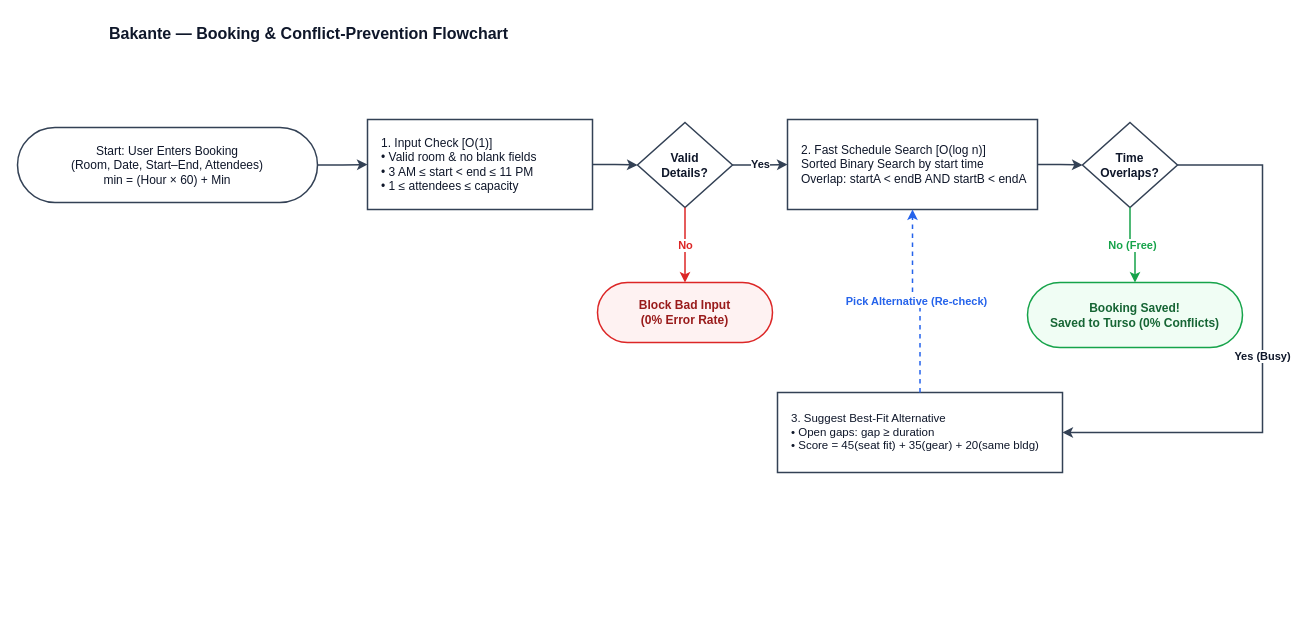
The draw.io diagram page "1. Booking & Conflict Flow" (1 of 3) of Bakante.drawio in jrrddev/Bakante, before the edit. Source tidied: cells renumbered, new cells numbered last; positions are measured from the earlier drawing's top-left corner, leaving out a move shared by most shapes. Both pictures are drawn from the tidied source at 100%, with x=0, y=0 at pixel (17, 17).
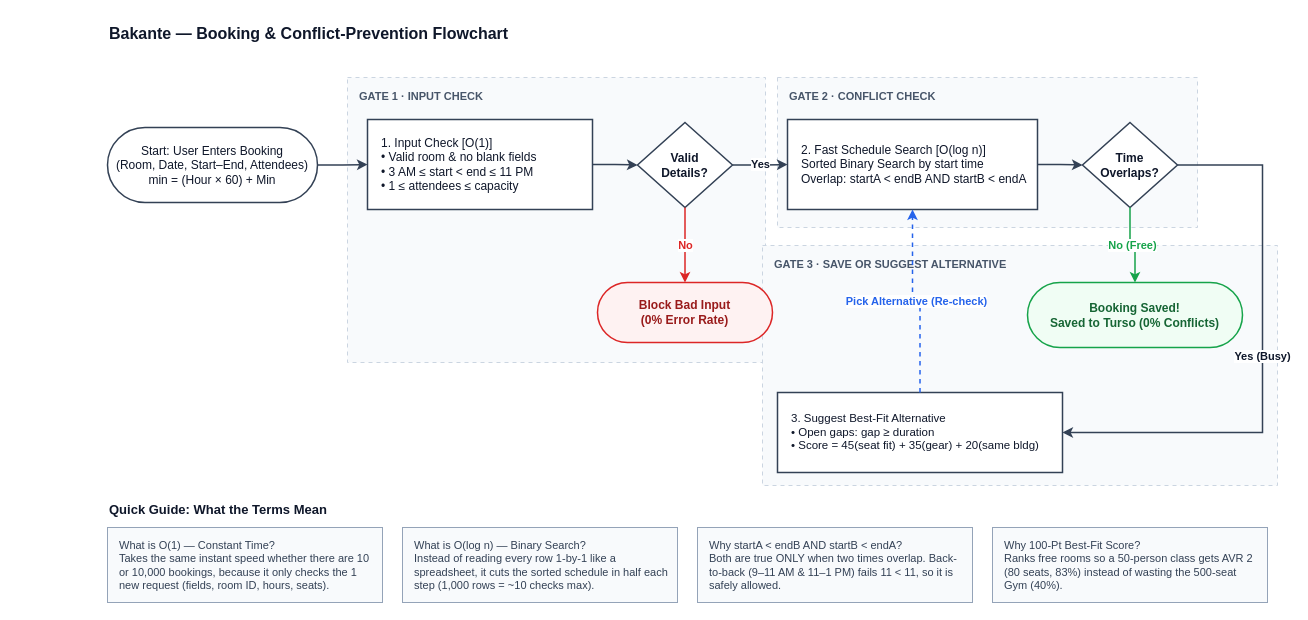
After the change.

Diff of the diagram source:
```diff
@@
+    <mxCell id="19" value="GATE 1 · INPUT CHECK" style="rounded=0;whiteSpace=wrap;html=1;verticalAlign=top;align=left;spacingLeft=10;spacingTop=6;fillColor=#f8fafc;strokeColor=#cbd5e1;dashed=1;dashPattern=4 4;fontColor=#475569;fontSize=11;fontStyle=1;" parent="1" vertex="1">
+      <mxGeometry x="330" y="60" width="418" height="285" as="geometry" />
+    </mxCell>
+    <mxCell id="20" value="GATE 2 · CONFLICT CHECK" style="rounded=0;whiteSpace=wrap;html=1;verticalAlign=top;align=left;spacingLeft=10;spacingTop=6;fillColor=#f8fafc;strokeColor=#cbd5e1;dashed=1;dashPattern=4 4;fontColor=#475569;fontSize=11;fontStyle=1;" parent="1" vertex="1">
+      <mxGeometry x="760" y="60" width="420" height="150" as="geometry" />
+    </mxCell>
+    <mxCell id="21" value="GATE 3 · SAVE OR SUGGEST ALTERNATIVE" style="rounded=0;whiteSpace=wrap;html=1;verticalAlign=top;align=left;spacingLeft=10;spacingTop=6;fillColor=#f8fafc;strokeColor=#cbd5e1;dashed=1;dashPattern=4 4;fontColor=#475569;fontSize=11;fontStyle=1;" parent="1" vertex="1">
+      <mxGeometry x="745" y="228" width="515" height="240" as="geometry" />
+    </mxCell>
     <mxCell id="3" value="Start: User Enters Booking&#10;(Room, Date, Start–End, Attendees)&#10;min = (Hour × 60) + Min" style="rounded=1;whiteSpace=wrap;html=1;arcSize=50;fillColor=#ffffff;strokeColor=#334155;strokeWidth=1.5;fontColor=#0f172a;fontSize=12;" parent="1" vertex="1">
-      <mxGeometry y="110" width="300" height="75" as="geometry" />
+      <mxGeometry x="90" y="110" width="210" height="75" as="geometry" />
     </mxCell>
@@
+    <mxCell id="22" value="Quick Guide: What the Terms Mean" style="text;html=1;strokeColor=none;fillColor=none;align=left;verticalAlign=middle;whiteSpace=wrap;rounded=0;fontSize=13;fontStyle=1;fontColor=#0f172a;" parent="1" vertex="1">
+      <mxGeometry x="90" y="480" width="350" height="24" as="geometry" />
+    </mxCell>
+    <mxCell id="23" value="What is O(1) — Constant Time?&#10;Takes the same instant speed whether there are 10 or 10,000 bookings, because it only checks the 1 new request (fields, room ID, hours, seats)." style="rounded=0;whiteSpace=wrap;html=1;fillColor=#f8fafc;strokeColor=#94a3b8;strokeWidth=1;fontColor=#334155;fontSize=11;align=left;spacingLeft=10;spacingRight=8;" parent="1" vertex="1">
+      <mxGeometry x="90" y="510" width="275" height="75" as="geometry" />
+    </mxCell>
+    <mxCell id="24" value="What is O(log n) — Binary Search?&#10;Instead of reading every row 1-by-1 like a spreadsheet, it cuts the sorted schedule in half each step (1,000 rows = ~10 checks max)." style="rounded=0;whiteSpace=wrap;html=1;fillColor=#f8fafc;strokeColor=#94a3b8;strokeWidth=1;fontColor=#334155;fontSize=11;align=left;spacingLeft=10;spacingRight=8;" parent="1" vertex="1">
+      <mxGeometry x="385" y="510" width="275" height="75" as="geometry" />
+    </mxCell>
+    <mxCell id="25" value="Why startA &lt; endB AND startB &lt; endA?&#10;Both are true ONLY when two times overlap. Back-to-back (9–11 AM &amp; 11–1 PM) fails 11 &lt; 11, so it is safely allowed." style="rounded=0;whiteSpace=wrap;html=1;fillColor=#f8fafc;strokeColor=#94a3b8;strokeWidth=1;fontColor=#334155;fontSize=11;align=left;spacingLeft=10;spacingRight=8;" parent="1" vertex="1">
+      <mxGeometry x="680" y="510" width="275" height="75" as="geometry" />
+    </mxCell>
+    <mxCell id="26" value="Why 100-Pt Best-Fit Score?&#10;Ranks free rooms so a 50-person class gets AVR 2 (80 seats, 83%) instead of wasting the 500-seat Gym (40%)." style="rounded=0;whiteSpace=wrap;html=1;fillColor=#f8fafc;strokeColor=#94a3b8;strokeWidth=1;fontColor=#334155;fontSize=11;align=left;spacingLeft=10;spacingRight=8;" parent="1" vertex="1">
+      <mxGeometry x="975" y="510" width="275" height="75" as="geometry" />
+    </mxCell>
```
